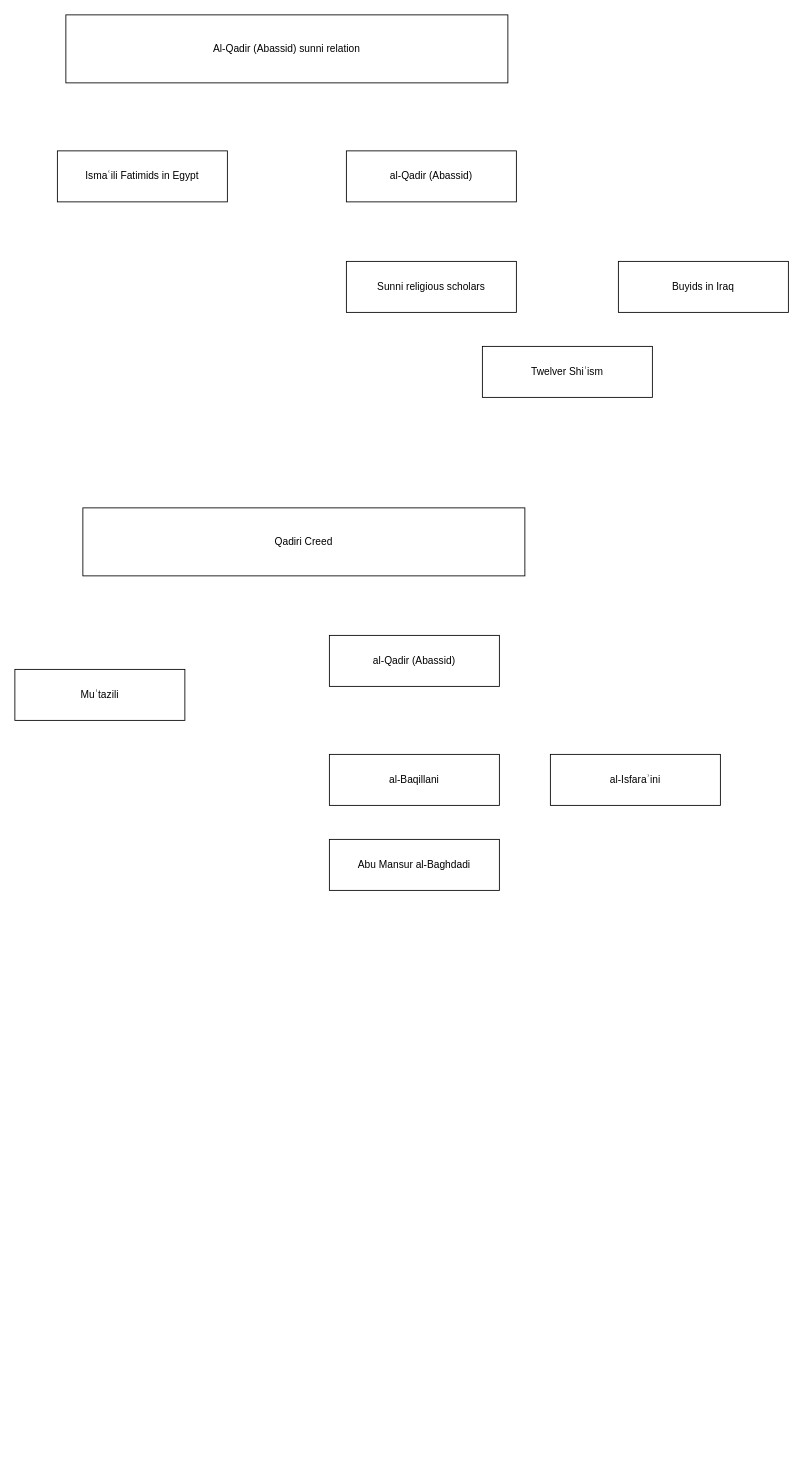
azryzdy/hobbies keeps this draw.io diagram as page "Al-Qādir bi-'llāh" (39 of 49) of Islam Groupings.drawio. Above is the earlier version. Source tidied: cells renumbered, new cells numbered last; positions are measured from the earlier drawing's top-left corner, leaving out a move shared by most shapes. Both pictures are drawn from the tidied source at 85%, with x=0, y=0 at pixel (14, 14).
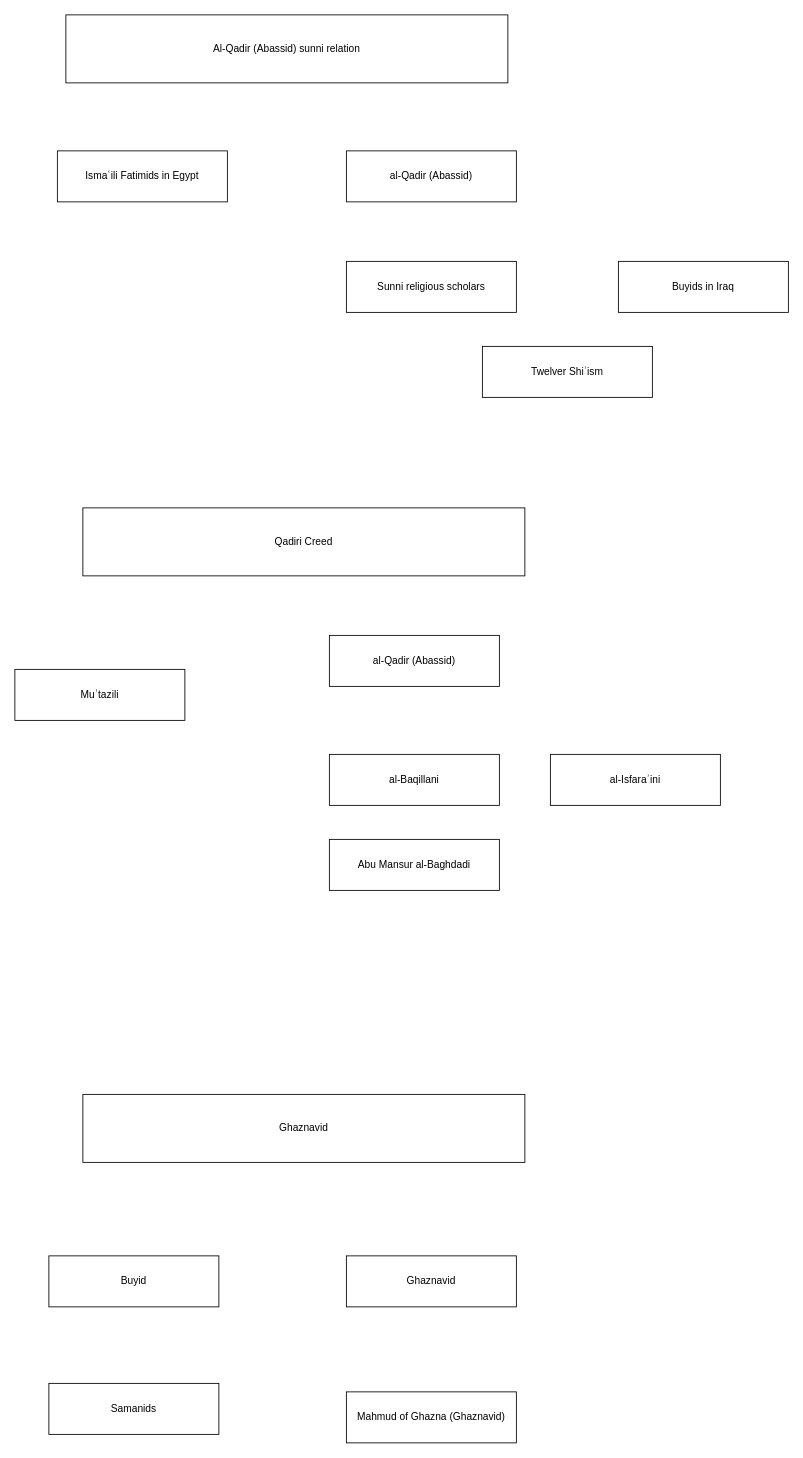
Above is the later version.

Change to the diagram source:
```diff
@@
 <mxGraphModel>
   <root>
     <mxCell id="0" />
     <mxCell id="1" parent="0" />
     <mxCell id="2" value="Al-Qadir (Abassid) sunni relation" style="rounded=0;whiteSpace=wrap;html=1;" parent="1" vertex="1">
       <mxGeometry x="60" width="520" height="80" as="geometry" />
     </mxCell>
     <mxCell id="3" value="al-Qadir (Abassid)" style="rounded=0;whiteSpace=wrap;html=1;" parent="1" vertex="1">
       <mxGeometry x="390" y="160" width="200" height="60" as="geometry" />
     </mxCell>
     <mxCell id="4" value="Buyids in Iraq" style="rounded=0;whiteSpace=wrap;html=1;" parent="1" vertex="1">
       <mxGeometry x="710" y="290" width="200" height="60" as="geometry" />
     </mxCell>
     <mxCell id="5" value="Ismaʿili Fatimids in Egypt" style="rounded=0;whiteSpace=wrap;html=1;" parent="1" vertex="1">
       <mxGeometry x="50" y="160" width="200" height="60" as="geometry" />
     </mxCell>
     <mxCell id="6" value="Sunni religious scholars" style="rounded=0;whiteSpace=wrap;html=1;" parent="1" vertex="1">
       <mxGeometry x="390" y="290" width="200" height="60" as="geometry" />
     </mxCell>
     <mxCell id="7" value="Twelver Shiʿism" style="rounded=0;whiteSpace=wrap;html=1;" parent="1" vertex="1">
       <mxGeometry x="550" y="390" width="200" height="60" as="geometry" />
     </mxCell>
     <mxCell id="8" value="Qadiri Creed" style="rounded=0;whiteSpace=wrap;html=1;" parent="1" vertex="1">
       <mxGeometry x="80" y="580" width="520" height="80" as="geometry" />
     </mxCell>
     <mxCell id="9" value="al-Qadir (Abassid)" style="rounded=0;whiteSpace=wrap;html=1;" parent="1" vertex="1">
       <mxGeometry x="370" y="730" width="200" height="60" as="geometry" />
     </mxCell>
     <mxCell id="10" value="al-Baqillani " style="rounded=0;whiteSpace=wrap;html=1;" parent="1" vertex="1">
       <mxGeometry x="370" y="870" width="200" height="60" as="geometry" />
     </mxCell>
     <mxCell id="11" value="al-Isfaraʾini " style="rounded=0;whiteSpace=wrap;html=1;" parent="1" vertex="1">
       <mxGeometry x="630" y="870" width="200" height="60" as="geometry" />
     </mxCell>
     <mxCell id="12" value="Abu Mansur al-Baghdadi " style="rounded=0;whiteSpace=wrap;html=1;" parent="1" vertex="1">
       <mxGeometry x="370" y="970" width="200" height="60" as="geometry" />
     </mxCell>
     <mxCell id="13" value="Muʿtazili " style="rounded=0;whiteSpace=wrap;html=1;" parent="1" vertex="1">
       <mxGeometry y="770" width="200" height="60" as="geometry" />
     </mxCell>
+    <mxCell id="14" value="Ghaznavid" style="rounded=0;whiteSpace=wrap;html=1;" parent="1" vertex="1">
+      <mxGeometry x="80" y="1270" width="520" height="80" as="geometry" />
+    </mxCell>
+    <mxCell id="15" value="Ghaznavid" style="rounded=0;whiteSpace=wrap;html=1;" parent="1" vertex="1">
+      <mxGeometry x="390" y="1460" width="200" height="60" as="geometry" />
+    </mxCell>
+    <mxCell id="16" value="Buyid" style="rounded=0;whiteSpace=wrap;html=1;" parent="1" vertex="1">
+      <mxGeometry x="40" y="1460" width="200" height="60" as="geometry" />
+    </mxCell>
+    <mxCell id="17" value="Samanids " style="rounded=0;whiteSpace=wrap;html=1;" parent="1" vertex="1">
+      <mxGeometry x="40" y="1610" width="200" height="60" as="geometry" />
+    </mxCell>
+    <mxCell id="18" value="Mahmud of Ghazna (Ghaznavid) " style="rounded=0;whiteSpace=wrap;html=1;" parent="1" vertex="1">
+      <mxGeometry x="390" y="1620" width="200" height="60" as="geometry" />
+    </mxCell>
   </root>
 </mxGraphModel>
```
